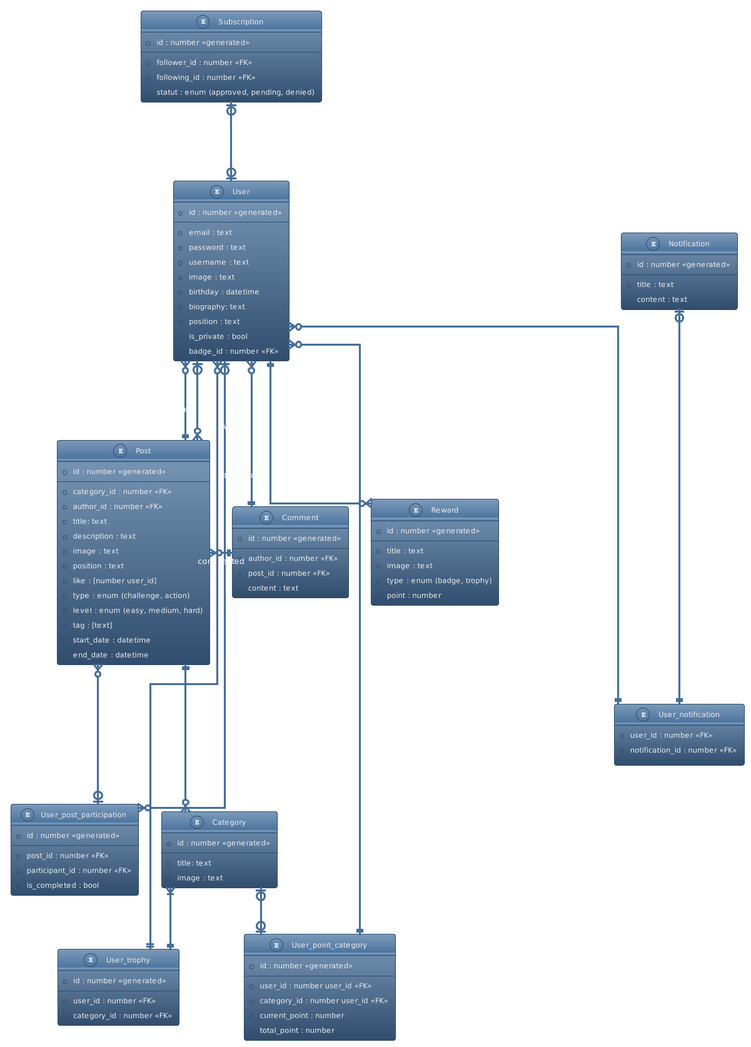
Earlier version of the PlantUML export conception/diagrams/entity_relation/entity_relation_join_tables.png (Eco-Gest/Frontend-Flutter).
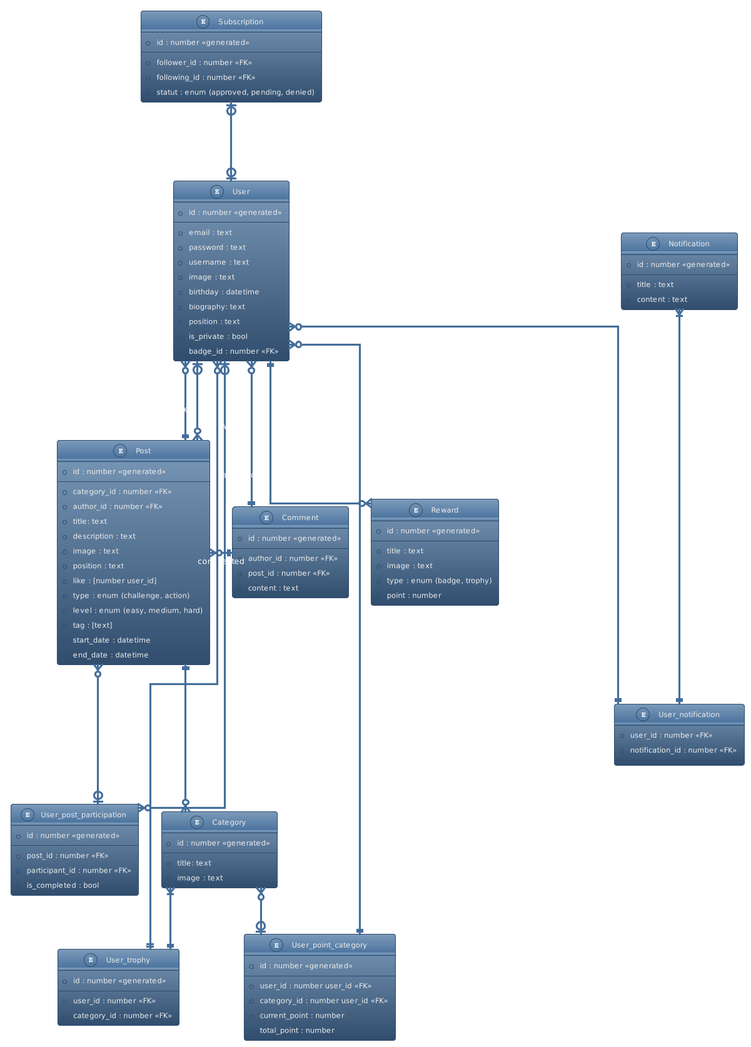
After the change.

Commit message:
entity relations

Change to the diagram source:
```diff
@@ -110,11 +110,11 @@
 u ||---o{ r : has a badge
 u |o-up--o| s : asks to follow
 u }o--down--|| un : is notified
-un ||--up--o| not : is notified
+un ||--up--|{ not : is notified
 p }o-right--|| c : commented
 p ||---o{ cat : is categorized
 u }o--|| upc : has points in
 u }o--|| ut : has
 cat }|--|| ut : has
-cat |o--o| upc : has
+cat }o--o| upc : has
 @enduml
```
